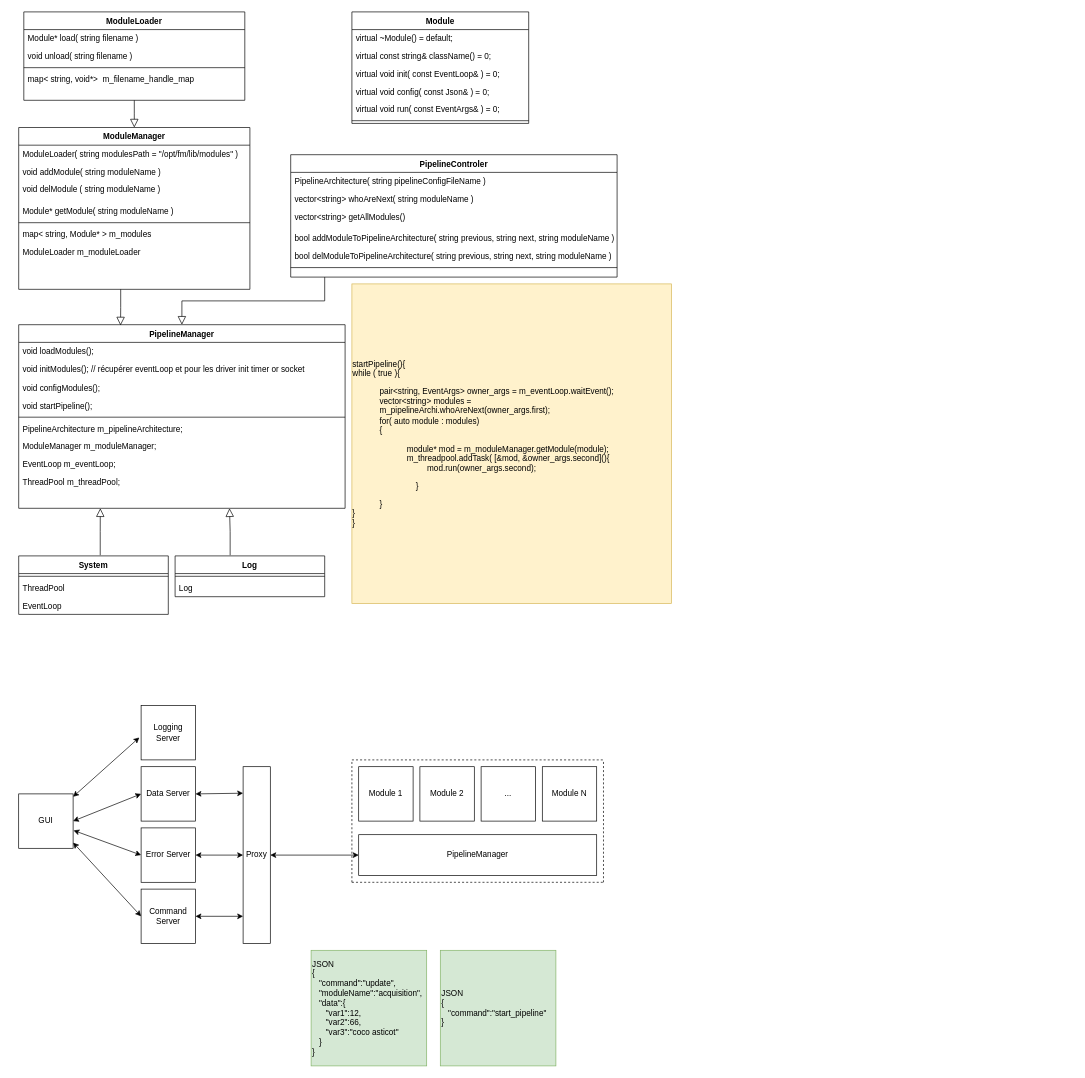
Above: Docs/architectureSchema.drawio in vivipac/Architecture (draw.io), before the change. Source tidied: cells renumbered, new cells numbered last; positions are measured from the earlier drawing's top-left corner, leaving out a move shared by most shapes. Both pictures are drawn from the tidied source at 68%, with x=0, y=0 at pixel (18, 12).
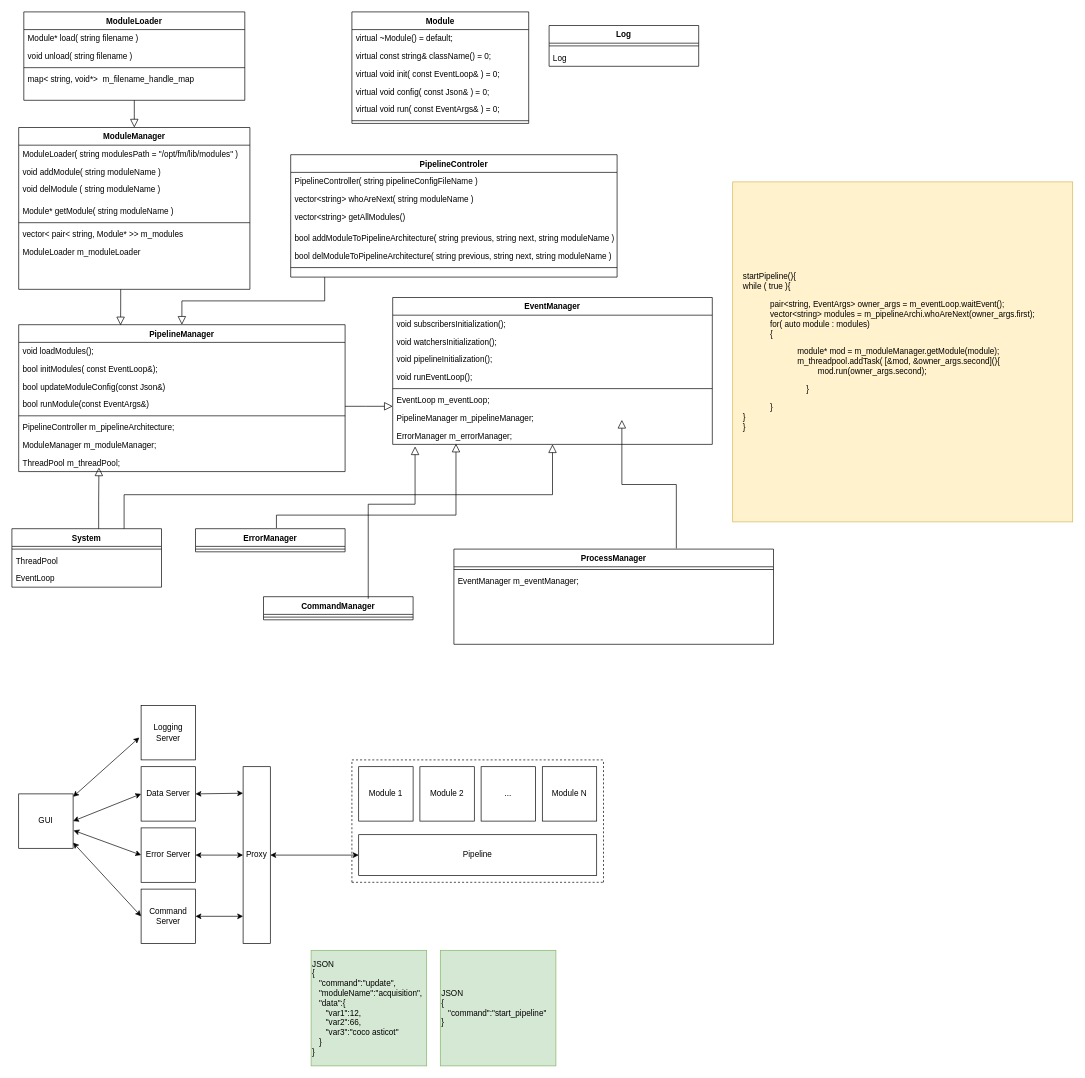
Above is the later version.

Unchanged cells that the change refers to:
```xml
<mxCell id="2" value="ModuleManager" style="swimlane;fontStyle=1;align=center;verticalAlign=top;horizontal=1;startSize=26;rounded=0;shadow=0;strokeWidth=1;" parent="1" vertex="1">
  <mxGeometry y="170" width="340" height="238" as="geometry" />
</mxCell>
<mxCell id="16" value="PipelineControler" style="swimlane;fontStyle=1;align=center;verticalAlign=top;horizontal=1;startSize=26;rounded=0;shadow=0;strokeWidth=1;" parent="1" vertex="1">
  <mxGeometry x="400" y="210" width="480" height="180" as="geometry" />
</mxCell>
```

Diff of the diagram source:
```diff
@@
-    <mxCell id="8" value="map&lt; string, Module* &gt; m_modules" style="text;align=left;verticalAlign=top;spacingLeft=4;spacingRight=4;overflow=hidden;" parent="2" vertex="1">
+    <mxCell id="8" value="vector&lt; pair&lt; string, Module* &gt;&gt; m_modules" style="text;align=left;verticalAlign=top;spacingLeft=4;spacingRight=4;overflow=hidden;" parent="2" vertex="1">
       <mxGeometry y="144" width="340" height="26" as="geometry" />
     </mxCell>
@@
-    <mxCell id="17" value="PipelineArchitecture( string pipelineConfigFileName )" style="text;align=left;verticalAlign=top;spacingLeft=4;spacingRight=4;overflow=hidden;" parent="16" vertex="1">
+    <mxCell id="17" value="PipelineController( string pipelineConfigFileName )" style="text;align=left;verticalAlign=top;spacingLeft=4;spacingRight=4;overflow=hidden;" parent="16" vertex="1">
       <mxGeometry y="26" width="480" height="26" as="geometry" />
     </mxCell>
@@
-    <mxCell id="32" value="PipelineManager" style="rounded=0;whiteSpace=wrap;html=1;" parent="1" vertex="1">
+    <mxCell id="32" value="Pipeline" style="rounded=0;whiteSpace=wrap;html=1;" parent="1" vertex="1">
       <mxGeometry x="500" y="1210" width="350" height="60" as="geometry" />
     </mxCell>
@@
     <mxCell id="55" value="PipelineManager" style="swimlane;fontStyle=1;align=center;verticalAlign=top;horizontal=1;startSize=26;rounded=0;shadow=0;strokeWidth=1;" parent="1" vertex="1">
-      <mxGeometry y="460" width="480" height="270" as="geometry" />
+      <mxGeometry y="460" width="480" height="216" as="geometry" />
     </mxCell>
@@
-    <mxCell id="57" value="void initModules(); // récupérer eventLoop et pour les driver init timer or socket" style="text;align=left;verticalAlign=top;spacingLeft=4;spacingRight=4;overflow=hidden;rounded=0;shadow=0;html=0;" parent="55" vertex="1">
-      <mxGeometry y="52" width="480" height="28" as="geometry" />
-    </mxCell>
-    <mxCell id="58" value="void configModules();" style="text;align=left;verticalAlign=top;spacingLeft=4;spacingRight=4;overflow=hidden;" parent="55" vertex="1">
-      <mxGeometry y="80" width="480" height="26" as="geometry" />
-    </mxCell>
+    <mxCell id="77" value="bool initModules( const EventLoop&amp;);" style="text;align=left;verticalAlign=top;spacingLeft=4;spacingRight=4;overflow=hidden;" parent="55" vertex="1">
+      <mxGeometry y="52" width="480" height="26" as="geometry" />
+    </mxCell>
+    <mxCell id="78" value="bool updateModuleConfig(const Json&amp;)" style="text;align=left;verticalAlign=top;spacingLeft=4;spacingRight=4;overflow=hidden;" parent="55" vertex="1">
+      <mxGeometry y="78" width="480" height="26" as="geometry" />
+    </mxCell>
-    <mxCell id="59" value="void startPipeline();" style="text;align=left;verticalAlign=top;spacingLeft=4;spacingRight=4;overflow=hidden;" parent="55" vertex="1">
-      <mxGeometry y="106" width="480" height="26" as="geometry" />
+    <mxCell id="59" value="bool runModule(const EventArgs&amp;)" style="text;align=left;verticalAlign=top;spacingLeft=4;spacingRight=4;overflow=hidden;" parent="55" vertex="1">
+      <mxGeometry y="104" width="480" height="26" as="geometry" />
     </mxCell>
     <mxCell id="60" style="line;html=1;strokeWidth=1;align=left;verticalAlign=middle;spacingTop=-1;spacingLeft=3;spacingRight=3;labelPosition=right;" parent="55" vertex="1">
-      <mxGeometry y="132" width="480" height="8" as="geometry" />
+      <mxGeometry y="130" width="480" height="8" as="geometry" />
     </mxCell>
-    <mxCell id="61" value="PipelineArchitecture m_pipelineArchitecture;" style="text;align=left;verticalAlign=top;spacingLeft=4;spacingRight=4;overflow=hidden;rounded=0;shadow=0;html=0;" parent="55" vertex="1">
-      <mxGeometry y="140" width="480" height="26" as="geometry" />
+    <mxCell id="61" value="PipelineController m_pipelineArchitecture;" style="text;align=left;verticalAlign=top;spacingLeft=4;spacingRight=4;overflow=hidden;rounded=0;shadow=0;html=0;" parent="55" vertex="1">
+      <mxGeometry y="138" width="480" height="26" as="geometry" />
     </mxCell>
     <mxCell id="62" value="ModuleManager m_moduleManager;" style="text;align=left;verticalAlign=top;spacingLeft=4;spacingRight=4;overflow=hidden;rounded=0;shadow=0;html=0;" parent="55" vertex="1">
-      <mxGeometry y="166" width="480" height="26" as="geometry" />
+      <mxGeometry y="164" width="480" height="26" as="geometry" />
     </mxCell>
-    <mxCell id="63" value="EventLoop m_eventLoop;" style="text;align=left;verticalAlign=top;spacingLeft=4;spacingRight=4;overflow=hidden;rounded=0;shadow=0;html=0;" parent="55" vertex="1">
-      <mxGeometry y="192" width="480" height="26" as="geometry" />
-    </mxCell>
     <mxCell id="64" value="ThreadPool m_threadPool;" style="text;align=left;verticalAlign=top;spacingLeft=4;spacingRight=4;overflow=hidden;rounded=0;shadow=0;html=0;" parent="55" vertex="1">
-      <mxGeometry y="218" width="480" height="26" as="geometry" />
+      <mxGeometry y="190" width="480" height="26" as="geometry" />
     </mxCell>
     <mxCell id="65" value="&lt;div align=&quot;left&quot;&gt;&lt;font color=&quot;#000000&quot;&gt;startPipeline(){&lt;/font&gt;&lt;/div&gt;&lt;div align=&quot;left&quot;&gt;&lt;font color=&quot;#000000&quot;&gt;&lt;span style=&quot;&quot;&gt;&#9;&lt;/span&gt;while ( true ){&lt;/font&gt;&lt;/div&gt;&lt;blockquote&gt;&lt;div align=&quot;left&quot;&gt;&lt;font color=&quot;#000000&quot;&gt;&lt;span style=&quot;&quot;&gt;&#9;&lt;/span&gt;&lt;span style=&quot;&quot;&gt;&#9;pair&amp;lt;string, EventArgs&amp;gt; owner_args = m_eventLoop.&lt;/span&gt;waitEvent();&lt;br&gt;&lt;span style=&quot;&quot;&gt;&#9;&lt;/span&gt;&lt;span style=&quot;&quot;&gt;&#9;&lt;/span&gt;vector&amp;lt;string&amp;gt; modules = m_pipelineArchi.whoAreNext(&lt;span style=&quot;&quot;&gt;owner_args&lt;/span&gt;.first);&lt;br&gt;&lt;span style=&quot;&quot;&gt;&#9;&lt;/span&gt;&lt;span style=&quot;&quot;&gt;&#9;&lt;/span&gt;for( auto module : modules)&lt;br&gt;&lt;span style=&quot;&quot;&gt;&#9;&lt;/span&gt;&lt;span style=&quot;&quot;&gt;&#9;&lt;/span&gt;{&lt;/font&gt;&lt;/div&gt;&lt;blockquote&gt;&lt;div align=&quot;left&quot;&gt;&lt;font color=&quot;#000000&quot;&gt;&lt;span style=&quot;&quot;&gt;&lt;span style=&quot;&quot;&gt;&#9;&lt;/span&gt;&lt;span style=&quot;&quot;&gt;&#9;&lt;/span&gt;&lt;span style=&quot;&quot;&gt;&#9;&lt;/span&gt;&lt;span style=&quot;&quot;&gt;&#9;&lt;/span&gt;module* mod = m_moduleManager.getModule(module);&lt;br&gt;&lt;/span&gt;&lt;/font&gt;&lt;/div&gt;&lt;div align=&quot;left&quot;&gt;&lt;font color=&quot;#000000&quot;&gt;&lt;span style=&quot;&quot;&gt;&lt;span style=&quot;&quot;&gt;&#9;&lt;/span&gt;&lt;span style=&quot;&quot;&gt;&#9;&lt;/span&gt;&lt;span style=&quot;&quot;&gt;&#9;&lt;/span&gt;&lt;span style=&quot;&quot;&gt;&#9;&lt;/span&gt;m_threadpool.addTask( [&amp;amp;mod, &amp;amp;&lt;/span&gt;&lt;span style=&quot;&quot;&gt;owner_args.second](){&lt;/span&gt;&lt;/font&gt;&lt;/div&gt;&lt;div align=&quot;left&quot;&gt;&lt;font color=&quot;#000000&quot;&gt;&lt;span style=&quot;white-space: pre;&quot;&gt;&#9;&lt;/span&gt;&lt;span style=&quot;&quot;&gt;&lt;span style=&quot;&quot;&gt;&#9;&lt;/span&gt;&lt;span style=&quot;&quot;&gt;&#9;&lt;/span&gt;&lt;span style=&quot;&quot;&gt;&#9;&lt;/span&gt;mod.run(&lt;/span&gt;&lt;span style=&quot;&quot;&gt;&lt;/span&gt;&lt;span style=&quot;&quot;&gt;owner_args.second);&lt;/span&gt;&lt;/font&gt;&lt;/div&gt;&lt;/blockquote&gt;&lt;div align=&quot;left&quot;&gt;&lt;font color=&quot;#000000&quot;&gt;&lt;span style=&quot;&quot;&gt;&lt;span style=&quot;&quot;&gt;&#9;&lt;/span&gt;&lt;span style=&quot;white-space: pre;&quot;&gt;&#9;&lt;/span&gt;&lt;span style=&quot;white-space: pre;&quot;&gt;&#9;&lt;/span&gt;}&lt;br&gt;&lt;/span&gt;&lt;/font&gt;&lt;/div&gt;&lt;/blockquote&gt;&lt;div align=&quot;left&quot;&gt;&lt;font color=&quot;#000000&quot;&gt;&lt;span style=&quot;&quot;&gt;&lt;span style=&quot;&quot;&gt;&#9;&lt;/span&gt;&lt;span style=&quot;&quot;&gt;&#9;&lt;/span&gt;&lt;span style=&quot;&quot;&gt;&#9;&lt;/span&gt;&amp;nbsp;&amp;nbsp;&amp;nbsp;&lt;span style=&quot;white-space: pre;&quot;&gt;&#9;&lt;/span&gt;&amp;nbsp; &amp;nbsp; }&#9;&lt;/span&gt;&lt;span style=&quot;&quot;&gt;&#9;&lt;/span&gt;&lt;br&gt;&lt;/font&gt;&lt;/div&gt;&lt;div align=&quot;left&quot;&gt;&lt;font color=&quot;#000000&quot;&gt;&lt;span style=&quot;&quot;&gt;&#9;&lt;/span&gt;}&lt;br&gt;&lt;/font&gt;&lt;/div&gt;&lt;div align=&quot;left&quot;&gt;&lt;font color=&quot;#000000&quot;&gt;}&lt;br&gt;&lt;/font&gt;&lt;/div&gt;" style="whiteSpace=wrap;html=1;fillColor=#fff2cc;strokeColor=#d6b656;" parent="1" vertex="1">
-      <mxGeometry x="490" y="400" width="470" height="470" as="geometry" />
+      <mxGeometry x="1050" y="250" width="500" height="500" as="geometry" />
     </mxCell>
@@
     <mxCell id="68" value="System" style="swimlane;fontStyle=1;align=center;verticalAlign=top;horizontal=1;startSize=26;" parent="1" vertex="1">
-      <mxGeometry y="800" width="220" height="86" as="geometry" />
+      <mxGeometry x="-10" y="760" width="220" height="86" as="geometry" />
     </mxCell>
@@
-    <mxCell id="72" style="endArrow=block;endSize=10;endFill=0;shadow=0;strokeWidth=1;rounded=0;edgeStyle=elbowEdgeStyle;elbow=vertical;entryX=0.25;entryY=1;entryDx=0;entryDy=0;exitX=0.545;exitY=-0.012;exitDx=0;exitDy=0;exitPerimeter=0;" parent="1" edge="1" source="68" target="55">
-      <mxGeometry x="1" y="-243" relative="1" as="geometry">
-        <mxPoint x="203" y="240" as="offset" />
-      </mxGeometry>
-    </mxCell>
     <mxCell id="73" value="Log" style="swimlane;fontStyle=1;align=center;verticalAlign=top;horizontal=1;startSize=26;" parent="1" vertex="1">
-      <mxGeometry x="230" y="800" width="220" height="60" as="geometry" />
+      <mxGeometry x="780" y="20" width="220" height="60" as="geometry" />
     </mxCell>
@@
-    <mxCell id="76" style="endArrow=block;endSize=10;endFill=0;shadow=0;strokeWidth=1;rounded=0;edgeStyle=elbowEdgeStyle;elbow=vertical;exitX=0.368;exitY=-0.017;exitDx=0;exitDy=0;exitPerimeter=0;" parent="1" edge="1" source="73">
-      <mxGeometry x="1" y="-243" relative="1" as="geometry">
-        <mxPoint x="310" y="730" as="targetPoint" />
-        <mxPoint x="203" y="240" as="offset" />
-      </mxGeometry>
-    </mxCell>
+    <mxCell id="79" value="EventManager" style="swimlane;fontStyle=1;align=center;verticalAlign=top;horizontal=1;startSize=26;rounded=0;shadow=0;strokeWidth=1;" parent="1" vertex="1">
+      <mxGeometry x="550" y="420" width="470" height="216" as="geometry" />
+    </mxCell>
+    <mxCell id="80" value="void subscribersInitialization();" style="text;align=left;verticalAlign=top;spacingLeft=4;spacingRight=4;overflow=hidden;" parent="79" vertex="1">
+      <mxGeometry y="26" width="470" height="26" as="geometry" />
+    </mxCell>
+    <mxCell id="81" value="void watchersInitialization();" style="text;align=left;verticalAlign=top;spacingLeft=4;spacingRight=4;overflow=hidden;" parent="79" vertex="1">
+      <mxGeometry y="52" width="470" height="26" as="geometry" />
+    </mxCell>
+    <mxCell id="82" value="void pipelineInitialization();" style="text;align=left;verticalAlign=top;spacingLeft=4;spacingRight=4;overflow=hidden;" parent="79" vertex="1">
+      <mxGeometry y="78" width="470" height="26" as="geometry" />
+    </mxCell>
+    <mxCell id="83" value="void runEventLoop();" style="text;align=left;verticalAlign=top;spacingLeft=4;spacingRight=4;overflow=hidden;" parent="79" vertex="1">
+      <mxGeometry y="104" width="470" height="26" as="geometry" />
+    </mxCell>
+    <mxCell id="84" style="line;html=1;strokeWidth=1;align=left;verticalAlign=middle;spacingTop=-1;spacingLeft=3;spacingRight=3;labelPosition=right;" parent="79" vertex="1">
+      <mxGeometry y="130" width="470" height="8" as="geometry" />
+    </mxCell>
+    <mxCell id="63" value="EventLoop m_eventLoop;" style="text;align=left;verticalAlign=top;spacingLeft=4;spacingRight=4;overflow=hidden;rounded=0;shadow=0;html=0;" parent="79" vertex="1">
+      <mxGeometry y="138" width="470" height="26" as="geometry" />
+    </mxCell>
+    <mxCell id="85" value="PipelineManager m_pipelineManager;" style="text;align=left;verticalAlign=top;spacingLeft=4;spacingRight=4;overflow=hidden;rounded=0;shadow=0;html=0;" parent="79" vertex="1">
+      <mxGeometry y="164" width="470" height="26" as="geometry" />
+    </mxCell>
+    <mxCell id="86" value="ErrorManager m_errorManager;" style="text;align=left;verticalAlign=top;spacingLeft=4;spacingRight=4;overflow=hidden;points=[[0,0.5],[1,0.5]];portConstraint=eastwest;rounded=0;shadow=0;html=0;" parent="79" vertex="1">
+      <mxGeometry y="190" width="470" height="26" as="geometry" />
+    </mxCell>
+    <mxCell id="87" value="ProcessManager" style="swimlane;fontStyle=1;align=center;verticalAlign=top;horizontal=1;startSize=26;rounded=0;shadow=0;strokeWidth=1;" parent="1" vertex="1">
+      <mxGeometry x="640" y="790" width="470" height="140" as="geometry" />
+    </mxCell>
+    <mxCell id="88" style="line;html=1;strokeWidth=1;align=left;verticalAlign=middle;spacingTop=-1;spacingLeft=3;spacingRight=3;labelPosition=right;" parent="87" vertex="1">
+      <mxGeometry y="26" width="470" height="8" as="geometry" />
+    </mxCell>
+    <mxCell id="89" value="EventManager m_eventManager;" style="text;align=left;verticalAlign=top;spacingLeft=4;spacingRight=4;overflow=hidden;rounded=0;shadow=0;html=0;" parent="87" vertex="1">
+      <mxGeometry y="34" width="470" height="26" as="geometry" />
+    </mxCell>
+    <mxCell id="90" style="endArrow=block;endSize=10;endFill=0;shadow=0;strokeWidth=1;rounded=0;edgeStyle=elbowEdgeStyle;elbow=vertical;" parent="1" edge="1" source="55" target="79">
+      <mxGeometry x="1" y="-243" relative="1" as="geometry">
+        <Array as="points">
+          <mxPoint x="510" y="580" />
+          <mxPoint x="480" y="610" />
+          <mxPoint x="470" y="580" />
+          <mxPoint x="410" y="590" />
+        </Array>
+        <mxPoint x="203" y="240" as="offset" />
+      </mxGeometry>
+    </mxCell>
+    <mxCell id="91" style="endArrow=block;endSize=10;endFill=0;shadow=0;strokeWidth=1;rounded=0;edgeStyle=elbowEdgeStyle;elbow=vertical;exitX=0.58;exitY=0;exitDx=0;exitDy=0;exitPerimeter=0;" parent="1" edge="1" source="68">
+      <mxGeometry x="1" y="-243" relative="1" as="geometry">
+        <mxPoint x="118" y="670" as="targetPoint" />
+        <Array as="points">
+          <mxPoint x="120" y="718" />
+        </Array>
+        <mxPoint x="203" y="240" as="offset" />
+      </mxGeometry>
+    </mxCell>
+    <mxCell id="92" style="endArrow=block;endSize=10;endFill=0;shadow=0;strokeWidth=1;rounded=0;edgeStyle=elbowEdgeStyle;elbow=vertical;exitX=0.75;exitY=0;exitDx=0;exitDy=0;" parent="1" edge="1" source="68" target="79">
+      <mxGeometry x="1" y="-243" relative="1" as="geometry">
+        <Array as="points">
+          <mxPoint x="530" y="710" />
+        </Array>
+        <mxPoint x="203" y="240" as="offset" />
+      </mxGeometry>
+    </mxCell>
+    <mxCell id="93" style="endArrow=block;endSize=10;endFill=0;shadow=0;strokeWidth=1;rounded=0;edgeStyle=elbowEdgeStyle;elbow=vertical;exitX=0.696;exitY=-0.007;exitDx=0;exitDy=0;exitPerimeter=0;" parent="1" edge="1" source="87">
+      <mxGeometry x="1" y="-243" relative="1" as="geometry">
+        <mxPoint x="887" y="600" as="targetPoint" />
+        <mxPoint x="203" y="240" as="offset" />
+      </mxGeometry>
+    </mxCell>
+    <mxCell id="94" value="ErrorManager" style="swimlane;fontStyle=1;align=center;verticalAlign=top;horizontal=1;startSize=26;" parent="1" vertex="1">
+      <mxGeometry x="260" y="760" width="220" height="34" as="geometry" />
+    </mxCell>
+    <mxCell id="95" style="line;strokeWidth=1;fillColor=none;align=left;verticalAlign=middle;spacingTop=-1;spacingLeft=3;spacingRight=3;labelPosition=right;strokeColor=inherit;" parent="94" vertex="1">
+      <mxGeometry y="26" width="220" height="8" as="geometry" />
+    </mxCell>
+    <mxCell id="96" style="endArrow=block;endSize=10;endFill=0;shadow=0;strokeWidth=1;rounded=0;edgeStyle=elbowEdgeStyle;elbow=vertical;exitX=0.541;exitY=-0.029;exitDx=0;exitDy=0;exitPerimeter=0;entryX=0.198;entryY=0.962;entryDx=0;entryDy=0;entryPerimeter=0;" parent="1" edge="1" source="94" target="86">
+      <mxGeometry x="1" y="-243" relative="1" as="geometry">
+        <Array as="points">
+          <mxPoint x="510" y="740" />
+        </Array>
+        <mxPoint x="203" y="240" as="offset" />
+      </mxGeometry>
+    </mxCell>
+    <mxCell id="97" value="CommandManager" style="swimlane;fontStyle=1;align=center;verticalAlign=top;horizontal=1;startSize=26;" parent="1" vertex="1">
+      <mxGeometry x="360" y="860" width="220" height="34" as="geometry" />
+    </mxCell>
+    <mxCell id="98" style="line;strokeWidth=1;fillColor=none;align=left;verticalAlign=middle;spacingTop=-1;spacingLeft=3;spacingRight=3;labelPosition=right;strokeColor=inherit;" parent="97" vertex="1">
+      <mxGeometry y="26" width="220" height="8" as="geometry" />
+    </mxCell>
+    <mxCell id="99" style="endArrow=block;endSize=10;endFill=0;shadow=0;strokeWidth=1;rounded=0;edgeStyle=elbowEdgeStyle;elbow=vertical;exitX=0.7;exitY=0.088;exitDx=0;exitDy=0;exitPerimeter=0;entryX=0.07;entryY=1.115;entryDx=0;entryDy=0;entryPerimeter=0;" parent="1" edge="1" source="97" target="86">
+      <mxGeometry x="1" y="-243" relative="1" as="geometry">
+        <Array as="points">
+          <mxPoint x="541.5" y="724" />
+        </Array>
+        <mxPoint x="203" y="240" as="offset" />
+      </mxGeometry>
+    </mxCell>
```
